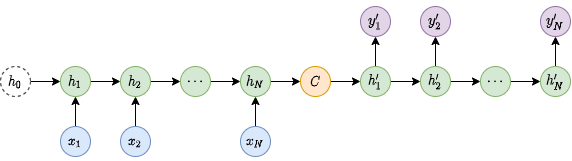
Earlier version of the draw.io export imgs/nlp-seq2seq-6.png (hxca/imgrepo). Source tidied: cells renumbered, new cells last; positions are measured from the earlier drawing's top-left corner, leaving out a move shared by most shapes.
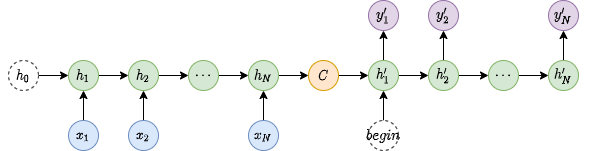
After the commit.

What changed in the source:
```diff
@@ -95,5 +95,11 @@
     <mxCell id="32" value="$$h'_N$$" style="ellipse;whiteSpace=wrap;html=1;fillColor=#d5e8d4;strokeColor=#82b366;" parent="1" vertex="1">
       <mxGeometry x="540" y="60" width="30" height="30" as="geometry" />
     </mxCell>
+    <mxCell id="33" style="edgeStyle=orthogonalEdgeStyle;rounded=0;sketch=0;jettySize=auto;html=1;exitX=0.5;exitY=0;exitDx=0;exitDy=0;entryX=0.5;entryY=1;entryDx=0;entryDy=0;" parent="1" edge="1" source="34" target="12">
+      <mxGeometry relative="1" as="geometry" />
+    </mxCell>
+    <mxCell id="34" value="$$begin$$" style="ellipse;whiteSpace=wrap;html=1;dashed=1;" parent="1" vertex="1">
+      <mxGeometry x="360" y="120" width="30" height="30" as="geometry" />
+    </mxCell>
   </root>
 </mxGraphModel>
```
